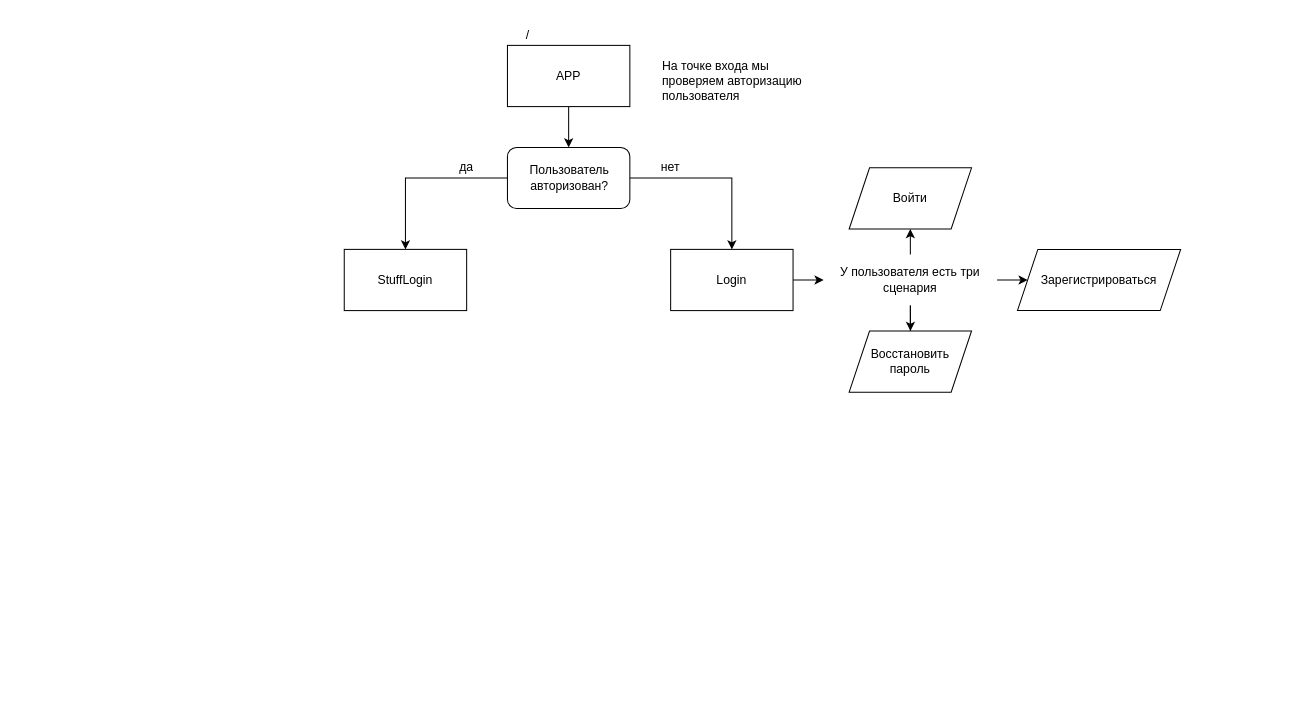
This is page "Scenarios" (1 of 2) of Untitled Diagram.drawio from carryex/pos_bar, a draw.io file, before an edit. Source tidied: cells renumbered, new cells numbered last; positions are measured from the earlier drawing's top-left corner, leaving out a move shared by most shapes. Both pictures are drawn from the tidied source at 102%, with x=0, y=0 at pixel (344, 24).
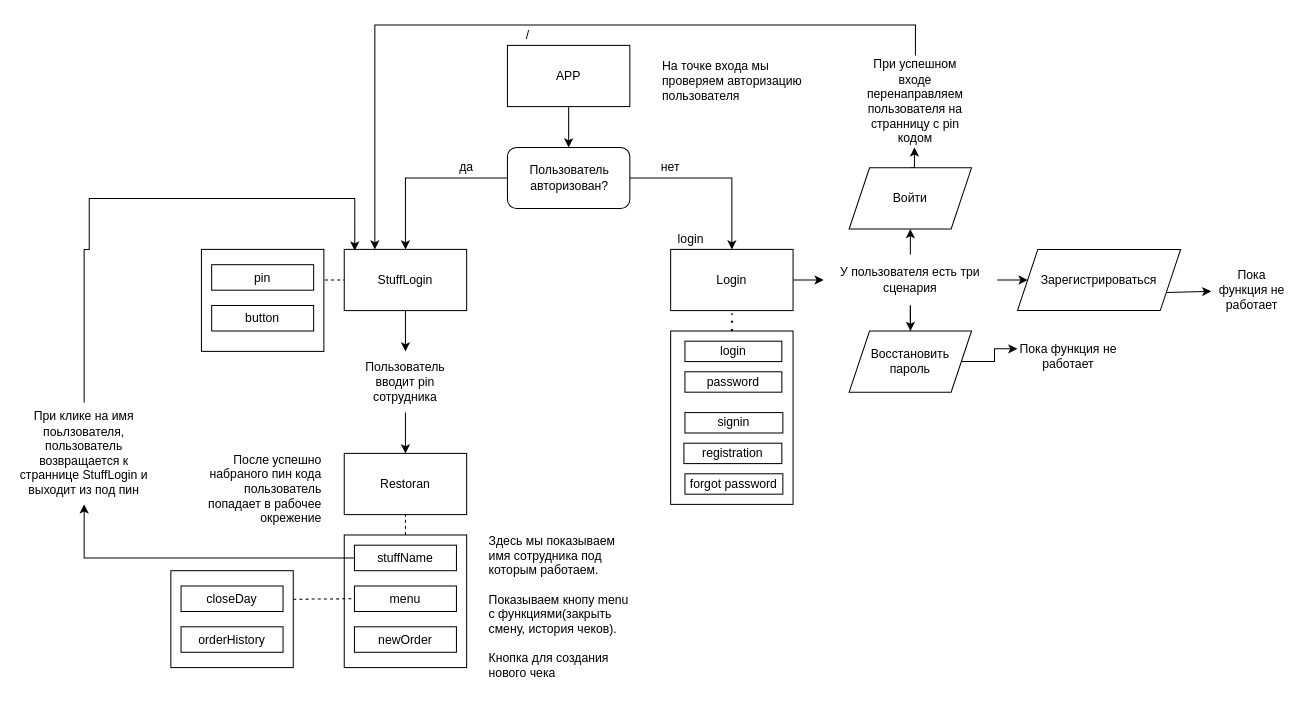
Above is the later version.

The change refers to these unchanged cells:
```xml
<mxCell id="9" value="StuffLogin" style="rounded=0;whiteSpace=wrap;html=1;align=center;" parent="1" vertex="1">
  <mxGeometry y="220" width="120" height="60" as="geometry" />
</mxCell>
<mxCell id="12" value="Login" style="rounded=0;whiteSpace=wrap;html=1;align=center;" parent="1" vertex="1">
  <mxGeometry x="320" y="220" width="120" height="60" as="geometry" />
</mxCell>
<mxCell id="19" value="Войти" style="shape=parallelogram;perimeter=parallelogramPerimeter;whiteSpace=wrap;html=1;fixedSize=1;align=center;" parent="1" vertex="1">
  <mxGeometry x="495" y="140" width="120" height="60" as="geometry" />
</mxCell>
<mxCell id="20" value="Восстановить пароль" style="shape=parallelogram;perimeter=parallelogramPerimeter;whiteSpace=wrap;html=1;fixedSize=1;align=center;" parent="1" vertex="1">
  <mxGeometry x="495" y="300" width="120" height="60" as="geometry" />
</mxCell>
<mxCell id="21" value="Зарегистрироваться" style="shape=parallelogram;perimeter=parallelogramPerimeter;whiteSpace=wrap;html=1;fixedSize=1;align=center;" parent="1" vertex="1">
  <mxGeometry x="660" y="220" width="160" height="60" as="geometry" />
</mxCell>
```

Change to the diagram source:
```diff
@@
+    <mxCell id="22" style="rounded=0;whiteSpace=wrap;html=1;align=center;" parent="1" vertex="1">
+      <mxGeometry x="320" y="300" width="120" height="170" as="geometry" />
+    </mxCell>
@@
+    <mxCell id="23" style="edgeStyle=orthogonalEdgeStyle;rounded=0;jettySize=auto;html=1;exitX=0.5;exitY=1;exitDx=0;exitDy=0;" parent="1" edge="1" source="9" target="28">
+      <mxGeometry relative="1" as="geometry" />
+    </mxCell>
@@
+    <mxCell id="24" style="edgeStyle=orthogonalEdgeStyle;rounded=0;jettySize=auto;html=1;exitX=0.5;exitY=0;exitDx=0;exitDy=0;entryX=0.491;entryY=1;entryDx=0;entryDy=0;entryPerimeter=0;" parent="1" edge="1" source="19" target="37">
+      <mxGeometry relative="1" as="geometry" />
+    </mxCell>
@@
+    <mxCell id="25" style="edgeStyle=orthogonalEdgeStyle;rounded=0;jettySize=auto;html=1;exitX=1;exitY=0.5;exitDx=0;exitDy=0;entryX=0;entryY=0.25;entryDx=0;entryDy=0;" parent="1" edge="1" source="20" target="40">
+      <mxGeometry relative="1" as="geometry" />
+    </mxCell>
@@
+    <mxCell id="26" value="login" style="text;html=1;strokeColor=none;fillColor=none;align=center;verticalAlign=middle;whiteSpace=wrap;rounded=0;" parent="1" vertex="1">
+      <mxGeometry x="320" y="200" width="40" height="20" as="geometry" />
+    </mxCell>
+    <mxCell id="27" style="edgeStyle=orthogonalEdgeStyle;rounded=0;jettySize=auto;html=1;exitX=0.5;exitY=1;exitDx=0;exitDy=0;entryX=0.5;entryY=0;entryDx=0;entryDy=0;" parent="1" edge="1" source="28" target="29">
+      <mxGeometry relative="1" as="geometry" />
+    </mxCell>
+    <mxCell id="28" value="Пользователь вводит pin сотрудника" style="text;html=1;strokeColor=none;fillColor=none;align=center;verticalAlign=middle;whiteSpace=wrap;rounded=0;" parent="1" vertex="1">
+      <mxGeometry x="10" y="320" width="100" height="60" as="geometry" />
+    </mxCell>
+    <mxCell id="29" value="Restoran" style="rounded=0;whiteSpace=wrap;html=1;align=center;" parent="1" vertex="1">
+      <mxGeometry y="420" width="120" height="60" as="geometry" />
+    </mxCell>
+    <mxCell id="30" value="login" style="rounded=0;whiteSpace=wrap;html=1;align=center;" parent="1" vertex="1">
+      <mxGeometry x="334" y="310" width="95" height="20" as="geometry" />
+    </mxCell>
+    <mxCell id="31" value="password" style="rounded=0;whiteSpace=wrap;html=1;align=center;" parent="1" vertex="1">
+      <mxGeometry x="334" y="340" width="95" height="20" as="geometry" />
+    </mxCell>
+    <mxCell id="32" value="signin" style="rounded=0;whiteSpace=wrap;html=1;align=center;" parent="1" vertex="1">
+      <mxGeometry x="334" y="380" width="96" height="20" as="geometry" />
+    </mxCell>
+    <mxCell id="33" value="registration" style="rounded=0;whiteSpace=wrap;html=1;align=center;" parent="1" vertex="1">
+      <mxGeometry x="333" y="410" width="96" height="20" as="geometry" />
+    </mxCell>
+    <mxCell id="34" value="forgot password" style="rounded=0;whiteSpace=wrap;html=1;align=center;" parent="1" vertex="1">
+      <mxGeometry x="334" y="440" width="96" height="20" as="geometry" />
+    </mxCell>
+    <mxCell id="35" style="endArrow=none;dashed=1;html=1;dashPattern=1 3;strokeWidth=2;entryX=0.502;entryY=1.047;entryDx=0;entryDy=0;entryPerimeter=0;exitX=0.5;exitY=0;exitDx=0;exitDy=0;" parent="1" edge="1" source="22" target="12">
+      <mxGeometry relative="1" as="geometry" />
+    </mxCell>
+    <mxCell id="36" style="edgeStyle=orthogonalEdgeStyle;rounded=0;jettySize=auto;html=1;exitX=0.5;exitY=0;exitDx=0;exitDy=0;entryX=0.25;entryY=0;entryDx=0;entryDy=0;" parent="1" edge="1" source="37" target="9">
+      <mxGeometry relative="1" as="geometry">
+        <Array as="points">
+          <mxPoint x="560" />
+          <mxPoint x="30" />
+        </Array>
+      </mxGeometry>
+    </mxCell>
+    <mxCell id="37" value="При успешном входе перенаправляем пользователя на странницу с pin кодом" style="text;html=1;strokeColor=none;fillColor=none;align=center;verticalAlign=middle;whiteSpace=wrap;rounded=0;" parent="1" vertex="1">
+      <mxGeometry x="505" y="30" width="110" height="90" as="geometry" />
+    </mxCell>
+    <mxCell id="38" style="endArrow=classic;html=1;exitX=1;exitY=0.75;exitDx=0;exitDy=0;" parent="1" edge="1" source="21" target="39">
+      <mxGeometry relative="1" as="geometry" />
+    </mxCell>
+    <mxCell id="39" value="Пока функция не работает" style="text;html=1;strokeColor=none;fillColor=none;align=center;verticalAlign=middle;whiteSpace=wrap;rounded=0;" parent="1" vertex="1">
+      <mxGeometry x="850" y="250" width="80" height="20" as="geometry" />
+    </mxCell>
+    <mxCell id="40" value="Пока функция не работает" style="text;html=1;strokeColor=none;fillColor=none;align=center;verticalAlign=middle;whiteSpace=wrap;rounded=0;" parent="1" vertex="1">
+      <mxGeometry x="660" y="310" width="100" height="30" as="geometry" />
+    </mxCell>
+    <mxCell id="41" style="rounded=0;whiteSpace=wrap;html=1;align=center;" parent="1" vertex="1">
+      <mxGeometry x="-140" y="220" width="120" height="100" as="geometry" />
+    </mxCell>
+    <mxCell id="42" value="pin" style="rounded=0;whiteSpace=wrap;html=1;align=center;" parent="1" vertex="1">
+      <mxGeometry x="-130" y="235" width="100" height="25" as="geometry" />
+    </mxCell>
+    <mxCell id="43" style="endArrow=none;dashed=1;html=1;entryX=0;entryY=0.5;entryDx=0;entryDy=0;" parent="1" edge="1" target="9">
+      <mxGeometry relative="1" as="geometry">
+        <mxPoint x="-19" y="250" as="sourcePoint" />
+      </mxGeometry>
+    </mxCell>
+    <mxCell id="44" value="button" style="rounded=0;whiteSpace=wrap;html=1;align=center;" parent="1" vertex="1">
+      <mxGeometry x="-130" y="275" width="100" height="25" as="geometry" />
+    </mxCell>
+    <mxCell id="45" style="edgeStyle=orthogonalEdgeStyle;rounded=0;orthogonalLoop=1;jettySize=auto;html=1;exitX=0.5;exitY=1;exitDx=0;exitDy=0;" parent="1" edge="1" source="41" target="41">
+      <mxGeometry relative="1" as="geometry" />
+    </mxCell>
+    <mxCell id="46" value="После успешно набраного пин кода пользователь попадает в рабочее окрежение" style="text;html=1;strokeColor=none;fillColor=none;align=right;verticalAlign=middle;whiteSpace=wrap;rounded=0;" parent="1" vertex="1">
+      <mxGeometry x="-140" y="420" width="120" height="70" as="geometry" />
+    </mxCell>
+    <mxCell id="47" style="rounded=0;whiteSpace=wrap;html=1;align=right;" parent="1" vertex="1">
+      <mxGeometry y="500" width="120" height="130" as="geometry" />
+    </mxCell>
+    <mxCell id="48" style="endArrow=none;dashed=1;html=1;entryX=0.5;entryY=1;entryDx=0;entryDy=0;exitX=0.5;exitY=0;exitDx=0;exitDy=0;" parent="1" edge="1" source="47" target="29">
+      <mxGeometry relative="1" as="geometry" />
+    </mxCell>
+    <mxCell id="49" value="Здесь мы показываем имя сотрудника под которым работаем.&lt;br&gt;&lt;br&gt;Показываем кнопу menu с функциями(закрыть смену, история чеков).&lt;br&gt;&lt;br&gt;Кнопка для создания нового чека&lt;br&gt;&lt;br&gt;" style="text;html=1;strokeColor=none;fillColor=none;align=left;verticalAlign=middle;whiteSpace=wrap;rounded=0;" parent="1" vertex="1">
+      <mxGeometry x="140" y="515" width="140" height="125" as="geometry" />
+    </mxCell>
+    <mxCell id="50" style="edgeStyle=orthogonalEdgeStyle;rounded=0;jettySize=auto;html=1;exitX=0;exitY=0.5;exitDx=0;exitDy=0;entryX=0.5;entryY=1;entryDx=0;entryDy=0;" parent="1" edge="1" source="51" target="59">
+      <mxGeometry relative="1" as="geometry" />
+    </mxCell>
+    <mxCell id="51" value="stuffName" style="rounded=0;whiteSpace=wrap;html=1;align=center;" parent="1" vertex="1">
+      <mxGeometry x="10" y="510" width="100" height="25" as="geometry" />
+    </mxCell>
+    <mxCell id="52" value="menu" style="rounded=0;whiteSpace=wrap;html=1;align=center;" parent="1" vertex="1">
+      <mxGeometry x="10" y="550" width="100" height="25" as="geometry" />
+    </mxCell>
+    <mxCell id="53" value="newOrder" style="rounded=0;whiteSpace=wrap;html=1;align=center;" parent="1" vertex="1">
+      <mxGeometry x="10" y="590" width="100" height="25" as="geometry" />
+    </mxCell>
+    <mxCell id="54" style="endArrow=none;dashed=1;html=1;entryX=0;entryY=0.5;entryDx=0;entryDy=0;" parent="1" edge="1" target="52">
+      <mxGeometry relative="1" as="geometry">
+        <mxPoint x="-50" y="563" as="sourcePoint" />
+      </mxGeometry>
+    </mxCell>
+    <mxCell id="55" style="rounded=0;whiteSpace=wrap;html=1;align=right;" parent="1" vertex="1">
+      <mxGeometry x="-170" y="535" width="120" height="95" as="geometry" />
+    </mxCell>
+    <mxCell id="56" value="closeDay" style="rounded=0;whiteSpace=wrap;html=1;align=center;" parent="1" vertex="1">
+      <mxGeometry x="-160" y="550" width="100" height="25" as="geometry" />
+    </mxCell>
+    <mxCell id="57" value="orderHistory" style="rounded=0;whiteSpace=wrap;html=1;align=center;" parent="1" vertex="1">
+      <mxGeometry x="-160" y="590" width="100" height="25" as="geometry" />
+    </mxCell>
+    <mxCell id="58" style="edgeStyle=orthogonalEdgeStyle;rounded=0;jettySize=auto;html=1;entryX=0.086;entryY=0.019;entryDx=0;entryDy=0;entryPerimeter=0;" parent="1" edge="1" source="59" target="9">
+      <mxGeometry relative="1" as="geometry">
+        <Array as="points">
+          <mxPoint x="-255" y="220" />
+          <mxPoint x="-250" y="220" />
+          <mxPoint x="-250" y="170" />
+          <mxPoint x="10" y="170" />
+        </Array>
+      </mxGeometry>
+    </mxCell>
+    <mxCell id="59" value="При клике на имя поьлзователя, пользователь возвращается к страннице StuffLogin и выходит из под пин" style="text;html=1;strokeColor=none;fillColor=none;align=center;verticalAlign=middle;whiteSpace=wrap;rounded=0;" parent="1" vertex="1">
+      <mxGeometry x="-320" y="370" width="130" height="100" as="geometry" />
+    </mxCell>
```
